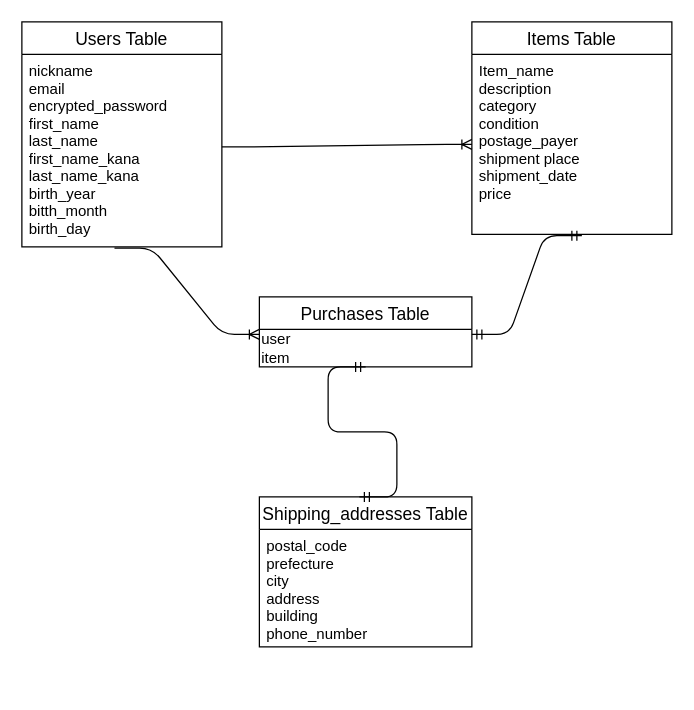
The draw.io diagram ER..dio in tabeteneteasobu/furima-38096, before the edit. Source tidied: cells renumbered, new cells numbered last; positions are measured from the earlier drawing's top-left corner, leaving out a move shared by most shapes. Both pictures are drawn from the tidied source at 125%, with x=0, y=0 at pixel (21, 21).
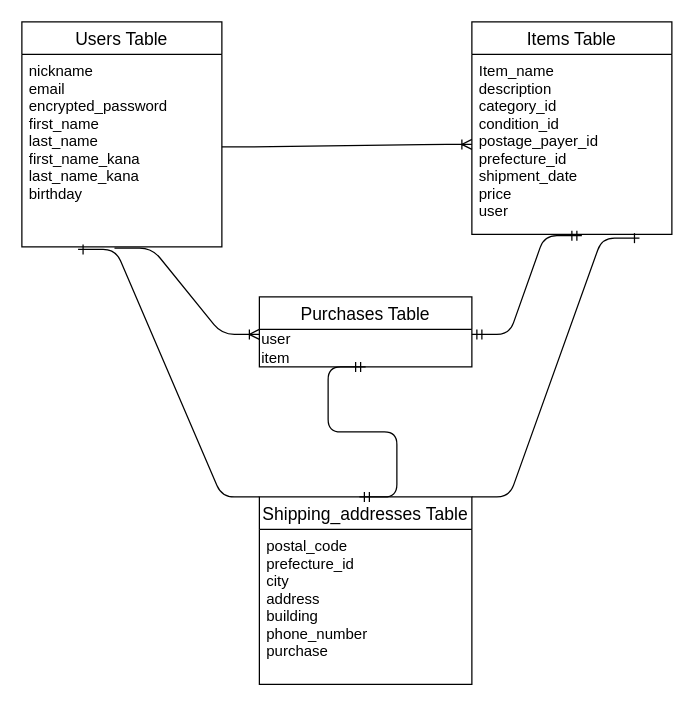
The same page after the edit.

Commit message (it also covers changes not shown here):
データベース設計（修正１回目）

Change to the diagram source:
```diff
@@
 <mxGraphModel>
   <root>
     <mxCell id="0" />
     <mxCell id="1" parent="0" />
     <mxCell id="2" value="Shipping_addresses Table" style="swimlane;fontStyle=0;horizontal=1;startSize=26;align=center;fontSize=14;strokeColor=default;" parent="1" vertex="1">
-      <mxGeometry x="190" y="380" width="170" height="120" as="geometry" />
+      <mxGeometry x="190" y="380" width="170" height="150" as="geometry" />
     </mxCell>
-    <mxCell id="3" value="postal_code&#10;prefecture&#10;city&#10;address&#10;building&#10;phone_number" style="text;strokeColor=none;fillColor=none;spacingLeft=4;spacingRight=4;overflow=hidden;fontSize=12;" parent="2" vertex="1">
-      <mxGeometry y="26" width="170" height="94" as="geometry" />
+    <mxCell id="3" value="postal_code&#10;prefecture_id&#10;city&#10;address&#10;building&#10;phone_number&#10;purchase" style="text;strokeColor=none;fillColor=none;spacingLeft=4;spacingRight=4;overflow=hidden;fontSize=12;" parent="2" vertex="1">
+      <mxGeometry y="26" width="170" height="124" as="geometry" />
     </mxCell>
     <mxCell id="4" value="Purchases Table" style="swimlane;fontStyle=0;horizontal=1;startSize=26;align=center;fontSize=14;strokeColor=default;" parent="1" vertex="1">
       <mxGeometry x="190" y="220" width="170" height="56" as="geometry" />
     </mxCell>
     <mxCell id="5" value="user&lt;br&gt;item" style="text;html=1;align=left;verticalAlign=middle;strokeColor=none;fillColor=none;" parent="4" vertex="1">
       <mxGeometry y="26" width="170" height="30" as="geometry" />
     </mxCell>
     <mxCell id="6" value="Items Table" style="swimlane;fontStyle=0;horizontal=1;startSize=26;align=center;fontSize=14;strokeColor=default;" parent="1" vertex="1">
       <mxGeometry x="360" width="160" height="170" as="geometry" />
     </mxCell>
-    <mxCell id="7" value="Item_name&#10;description&#10;category&#10;condition&#10;postage_payer&#10;shipment place&#10;shipment_date&#10;price" style="text;strokeColor=none;fillColor=none;spacingLeft=4;spacingRight=4;overflow=hidden;points=[[0,0.5],[1,0.5]];portConstraint=eastwest;fontSize=12;" parent="6" vertex="1">
+    <mxCell id="7" value="Item_name&#10;description&#10;category_id&#10;condition_id&#10;postage_payer_id&#10;prefecture_id&#10;shipment_date&#10;price&#10;user" style="text;strokeColor=none;fillColor=none;spacingLeft=4;spacingRight=4;overflow=hidden;points=[[0,0.5],[1,0.5]];portConstraint=eastwest;fontSize=12;" parent="6" vertex="1">
       <mxGeometry y="26" width="160" height="144" as="geometry" />
     </mxCell>
     <mxCell id="8" value="Users Table" style="swimlane;fontStyle=0;horizontal=1;startSize=26;align=center;fontSize=14;strokeColor=default;" parent="1" vertex="1">
       <mxGeometry width="160" height="180" as="geometry" />
     </mxCell>
-    <mxCell id="9" value="nickname&#10;email&#10;encrypted_password&#10;first_name&#10;last_name   &#10;first_name_kana&#10;last_name_kana&#10;birth_year&#10;bitth_month&#10;birth_day" style="text;strokeColor=none;fillColor=none;spacingLeft=4;spacingRight=4;overflow=hidden;points=[[0,0.5],[1,0.5]];portConstraint=eastwest;fontSize=12;" parent="8" vertex="1">
+    <mxCell id="9" value="nickname&#10;email&#10;encrypted_password&#10;first_name&#10;last_name   &#10;first_name_kana&#10;last_name_kana&#10;birthday" style="text;strokeColor=none;fillColor=none;spacingLeft=4;spacingRight=4;overflow=hidden;points=[[0,0.5],[1,0.5]];portConstraint=eastwest;fontSize=12;" parent="8" vertex="1">
       <mxGeometry y="26" width="160" height="154" as="geometry" />
     </mxCell>
     <mxCell id="10" style="edgeStyle=entityRelationEdgeStyle;fontSize=12;html=1;endArrow=ERoneToMany;exitX=0.463;exitY=1.006;exitDx=0;exitDy=0;exitPerimeter=0;" parent="1" edge="1" source="9">
       <mxGeometry relative="1" as="geometry">
         <mxPoint x="190" y="250" as="targetPoint" />
       </mxGeometry>
     </mxCell>
     <mxCell id="11" style="edgeStyle=entityRelationEdgeStyle;fontSize=12;html=1;endArrow=ERoneToMany;entryX=0;entryY=0.5;entryDx=0;entryDy=0;" parent="1" edge="1" target="7">
       <mxGeometry relative="1" as="geometry">
         <mxPoint x="160" y="100" as="sourcePoint" />
       </mxGeometry>
     </mxCell>
     <mxCell id="12" style="edgeStyle=entityRelationEdgeStyle;fontSize=12;html=1;endArrow=ERmandOne;startArrow=ERmandOne;entryX=0.5;entryY=1;entryDx=0;entryDy=0;" parent="1" edge="1" target="4">
       <mxGeometry relative="1" as="geometry">
         <mxPoint x="270" y="380" as="sourcePoint" />
       </mxGeometry>
     </mxCell>
     <mxCell id="13" style="edgeStyle=entityRelationEdgeStyle;fontSize=12;html=1;endArrow=ERmandOne;startArrow=ERmandOne;entryX=0.55;entryY=1.007;entryDx=0;entryDy=0;entryPerimeter=0;" parent="1" edge="1" target="7">
       <mxGeometry relative="1" as="geometry">
         <mxPoint x="360" y="250" as="sourcePoint" />
       </mxGeometry>
     </mxCell>
+    <mxCell id="14" style="edgeStyle=entityRelationEdgeStyle;fontSize=12;html=1;endArrow=ERone;endFill=1;exitX=0;exitY=0;exitDx=0;exitDy=0;entryX=0.281;entryY=1.013;entryDx=0;entryDy=0;entryPerimeter=0;" parent="1" edge="1" source="2" target="9">
+      <mxGeometry relative="1" as="geometry" />
+    </mxCell>
+    <mxCell id="15" style="edgeStyle=entityRelationEdgeStyle;fontSize=12;html=1;endArrow=ERone;endFill=1;entryX=0.838;entryY=1.021;entryDx=0;entryDy=0;entryPerimeter=0;" parent="1" edge="1" target="7">
+      <mxGeometry relative="1" as="geometry">
+        <mxPoint x="360" y="380" as="sourcePoint" />
+      </mxGeometry>
+    </mxCell>
   </root>
 </mxGraphModel>
```
